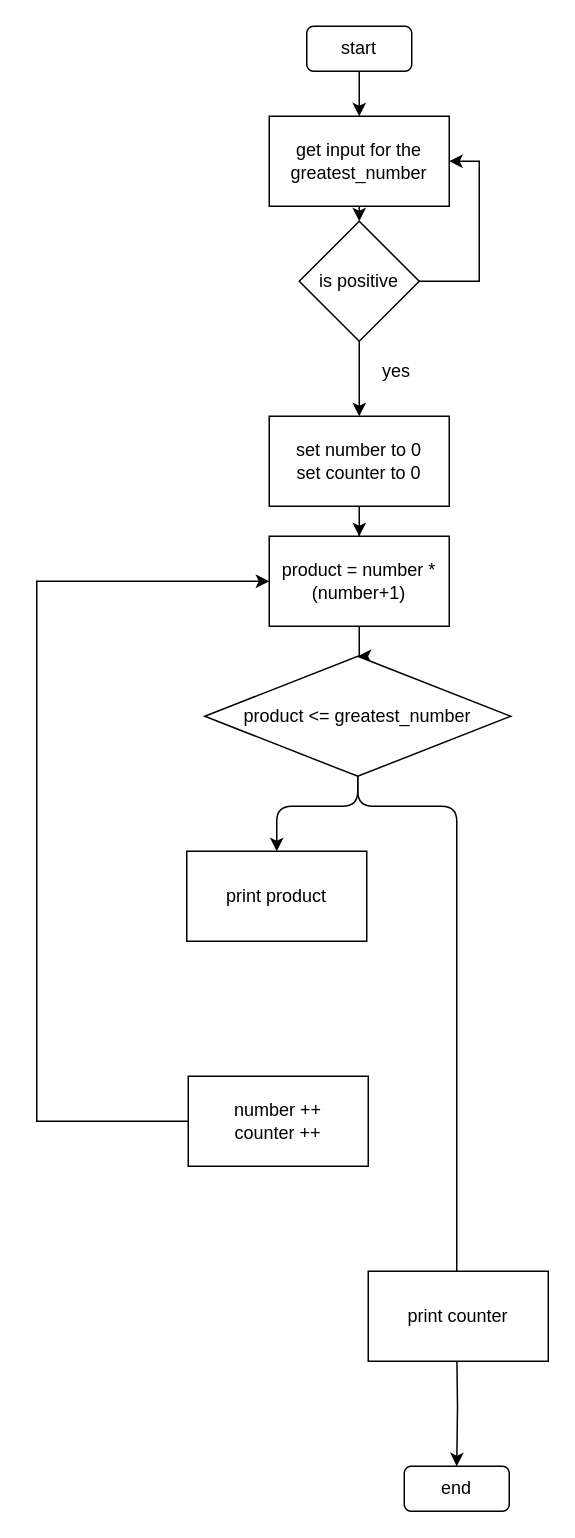
Earlier version of the draw.io diagram task3_flowchart.drawio (nstar95/logic-project-). Source tidied: cells renumbered, new cells numbered last; positions are measured from the earlier drawing's top-left corner, leaving out a move shared by most shapes. Both pictures are drawn from the tidied source at 150%, with x=0, y=0 at pixel (36, 26).
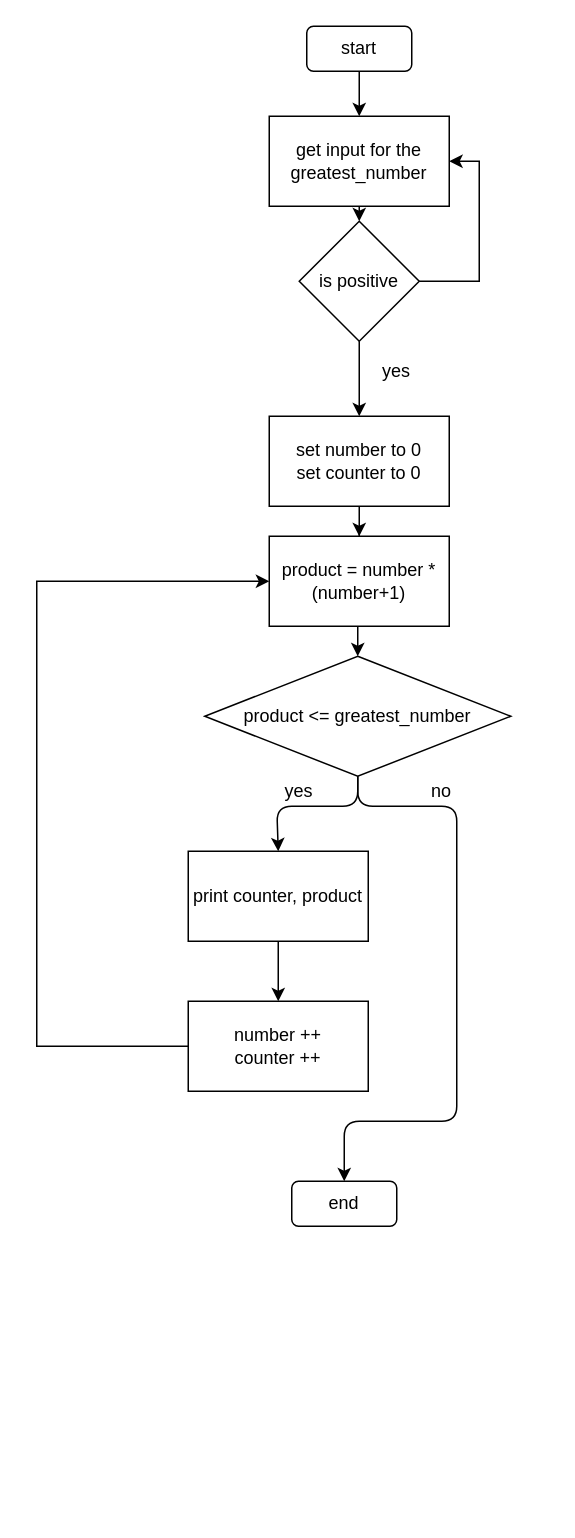
The same page after the edit.

The change refers to these unchanged cells:
```xml
<mxCell id="8" value="product = number * (number+1)" style="rounded=0;whiteSpace=wrap;html=1;" parent="1" vertex="1">
  <mxGeometry x="155" y="340" width="120" height="60" as="geometry" />
</mxCell>
<mxCell id="11" value="product &amp;lt;= greatest_number" style="rhombus;whiteSpace=wrap;html=1;" parent="1" vertex="1">
  <mxGeometry x="112" y="420" width="204" height="80" as="geometry" />
</mxCell>
```

Change to the diagram source:
```diff
@@
     <mxCell id="4" value="end" style="rounded=1;whiteSpace=wrap;html=1;" parent="1" vertex="1">
-      <mxGeometry x="245" y="960" width="70" height="30" as="geometry" />
+      <mxGeometry x="170" y="770" width="70" height="30" as="geometry" />
     </mxCell>
@@
     <mxCell id="7" style="edgeStyle=orthogonalEdgeStyle;rounded=0;jettySize=auto;html=1;entryX=0.5;entryY=0;entryDx=0;entryDy=0;" parent="1" edge="1" source="8" target="11">
-      <mxGeometry relative="1" as="geometry" />
+      <mxGeometry relative="1" as="geometry">
+        <Array as="points">
+          <mxPoint x="214" y="420" />
+          <mxPoint x="214" y="420" />
+        </Array>
+      </mxGeometry>
     </mxCell>
@@
     <mxCell id="12" style="edgeStyle=orthogonalEdgeStyle;rounded=0;jettySize=auto;html=1;entryX=0;entryY=0.5;entryDx=0;entryDy=0;" parent="1" edge="1" source="13" target="8">
       <mxGeometry relative="1" as="geometry">
         <Array as="points">
-          <mxPoint y="730" />
+          <mxPoint y="680" />
           <mxPoint y="370" />
         </Array>
       </mxGeometry>
     </mxCell>
     <mxCell id="13" value="number ++&lt;br&gt;counter ++" style="rounded=0;whiteSpace=wrap;html=1;" parent="1" vertex="1">
-      <mxGeometry x="101" y="700" width="120" height="60" as="geometry" />
+      <mxGeometry x="101" y="650" width="120" height="60" as="geometry" />
     </mxCell>
@@
+    <mxCell id="23" style="edgeStyle=orthogonalEdgeStyle;rounded=0;jettySize=auto;html=1;entryX=0.5;entryY=0;entryDx=0;entryDy=0;" parent="1" edge="1" source="17" target="13">
+      <mxGeometry relative="1" as="geometry" />
+    </mxCell>
-    <mxCell id="17" value="print product" style="rounded=0;whiteSpace=wrap;html=1;" parent="1" vertex="1">
-      <mxGeometry x="100" y="550" width="120" height="60" as="geometry" />
+    <mxCell id="17" value="print counter, product" style="rounded=0;whiteSpace=wrap;html=1;" parent="1" vertex="1">
+      <mxGeometry x="101" y="550" width="120" height="60" as="geometry" />
     </mxCell>
@@
-    <mxCell id="19" style="edgeStyle=orthogonalEdgeStyle;rounded=0;jettySize=auto;html=1;entryX=0.5;entryY=0;entryDx=0;entryDy=0;" parent="1" edge="1" target="4">
-      <mxGeometry relative="1" as="geometry">
-        <mxPoint x="280" y="880" as="sourcePoint" />
-      </mxGeometry>
-    </mxCell>
     <mxCell id="20" style="endArrow=classic;html=1;exitX=0.5;exitY=1;exitDx=0;exitDy=0;" parent="1" edge="1" source="11">
       <mxGeometry relative="1" as="geometry">
-        <mxPoint x="280" y="880" as="targetPoint" />
+        <mxPoint x="205" y="770" as="targetPoint" />
         <Array as="points">
           <mxPoint x="214" y="520" />
           <mxPoint x="280" y="520" />
+          <mxPoint x="280" y="730" />
+          <mxPoint x="205" y="730" />
         </Array>
       </mxGeometry>
     </mxCell>
-    <mxCell id="21" value="print counter" style="rounded=0;whiteSpace=wrap;html=1;" parent="1" vertex="1">
-      <mxGeometry x="221" y="830" width="120" height="60" as="geometry" />
-    </mxCell>
@@
+    <mxCell id="24" value="yes" style="text;html=1;strokeColor=none;fillColor=none;align=center;verticalAlign=middle;whiteSpace=wrap;rounded=0;" parent="1" vertex="1">
+      <mxGeometry x="155" y="500" width="40" height="20" as="geometry" />
+    </mxCell>
+    <mxCell id="25" value="no" style="text;html=1;strokeColor=none;fillColor=none;align=center;verticalAlign=middle;whiteSpace=wrap;rounded=0;" parent="1" vertex="1">
+      <mxGeometry x="250" y="500" width="40" height="20" as="geometry" />
+    </mxCell>
```
